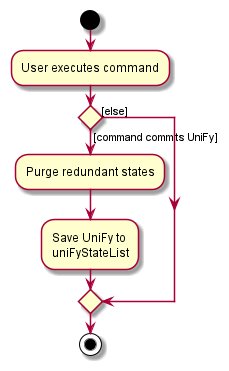
Before: docs/images/CommitActivityDiagram.png, a diagram exported from PlantUML (nus-cs2103-AY2122S1/tp).
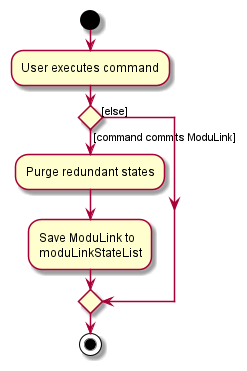
After the commit.

Change to the diagram source:
```diff
@@ -3,10 +3,10 @@
 :User executes command;
 
 
-if () then ([command commits UniFy])
+if () then ([command commits ModuLink])
     :Purge redundant states;
-    :Save UniFy to
-    uniFyStateList;
+    :Save ModuLink to
+    moduLinkStateList;
 else ([else])
 endif
 stop
```
